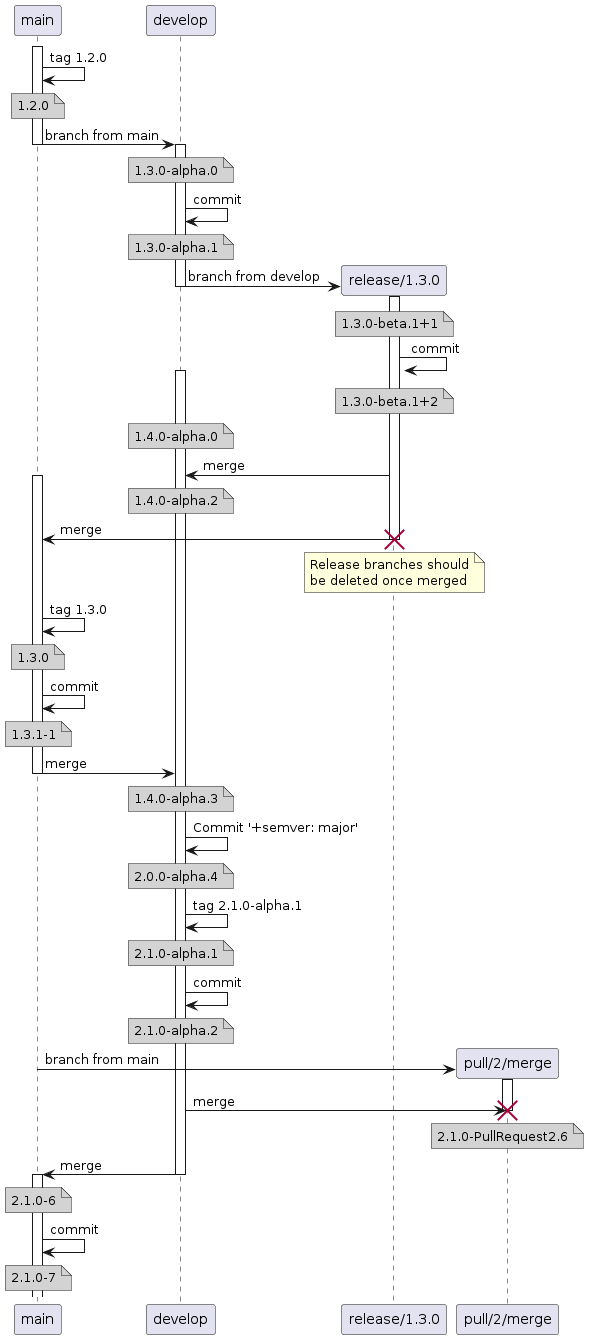
GitTools/GitVersion keeps this PlantUML diagram as docs/input/docs/img/DocumentationSamplesForGitFlow_DevelopBranch.png. Above is the earlier version. The source it was exported from:
```plantuml
@startuml
participant main
    participant develop
    activate main
    main -> main: tag 1.2.0
    note over main #D3D3D3
      1.2.0
    end note
    main -> develop: branch from main
    deactivate main
    activate develop
    note over develop #D3D3D3
      1.3.0-alpha.0
    end note
    develop -> develop: commit
    note over develop #D3D3D3
      1.3.0-alpha.1
    end note
    create participant "release/1.3.0" as release
    develop -> release: branch from develop
    deactivate develop
    activate release
    note over release #D3D3D3
      1.3.0-beta.1+1
    end note
    release -> release: commit
    note over release #D3D3D3
      1.3.0-beta.1+2
    end note
    activate develop
    note over develop #D3D3D3
      1.4.0-alpha.0
    end note
    release -> develop: merge
    note over develop #D3D3D3
      1.4.0-alpha.2
    end note
    activate main
    release -> main: merge
    destroy release
    note over release
      Release branches should
      be deleted once merged
    end note
    main -> main: tag 1.3.0
    note over main #D3D3D3
      1.3.0
    end note
    main -> main: commit
    note over main #D3D3D3
      1.3.1-1
    end note
    main -> develop: merge
    deactivate main
    note over develop #D3D3D3
      1.4.0-alpha.3
    end note
    develop -> develop: Commit '+semver: major'
    note over develop #D3D3D3
      2.0.0-alpha.4
    end note
    develop -> develop: tag 2.1.0-alpha.1
    note over develop #D3D3D3
      2.1.0-alpha.1
    end note
    develop -> develop: commit
    note over develop #D3D3D3
      2.1.0-alpha.2
    end note
    create participant "pull/2/merge" as pull
    main -> pull: branch from main
    activate pull
    develop -> pull: merge
    note over pull #D3D3D3
      2.1.0-PullRequest2.6
    end note
    destroy pull
    develop -> main: merge
    deactivate develop
    note over main #D3D3D3
      2.1.0-6
    end note
    activate main
    main -> main: commit
    note over main #D3D3D3
      2.1.0-7
    end note
@enduml
```
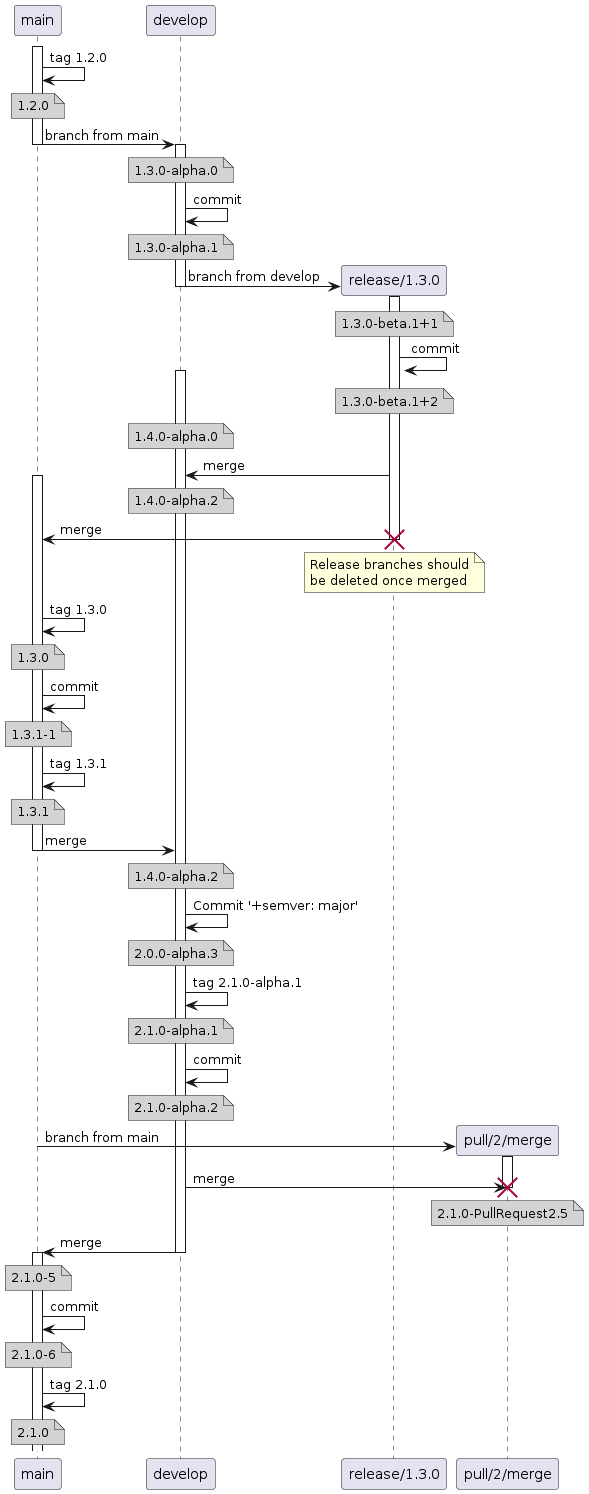
The same file after the commit.

Diff of the diagram source:
```diff
@@ -1,88 +1,96 @@
 @startuml
 participant main
-    participant develop
-    activate main
-    main -> main: tag 1.2.0
-    note over main #D3D3D3
-      1.2.0
-    end note
-    main -> develop: branch from main
-    deactivate main
-    activate develop
-    note over develop #D3D3D3
-      1.3.0-alpha.0
-    end note
-    develop -> develop: commit
-    note over develop #D3D3D3
-      1.3.0-alpha.1
-    end note
-    create participant "release/1.3.0" as release
-    develop -> release: branch from develop
-    deactivate develop
-    activate release
-    note over release #D3D3D3
-      1.3.0-beta.1+1
-    end note
-    release -> release: commit
-    note over release #D3D3D3
-      1.3.0-beta.1+2
-    end note
-    activate develop
-    note over develop #D3D3D3
-      1.4.0-alpha.0
-    end note
-    release -> develop: merge
-    note over develop #D3D3D3
-      1.4.0-alpha.2
-    end note
-    activate main
-    release -> main: merge
-    destroy release
-    note over release
-      Release branches should
-      be deleted once merged
-    end note
-    main -> main: tag 1.3.0
-    note over main #D3D3D3
-      1.3.0
-    end note
-    main -> main: commit
-    note over main #D3D3D3
-      1.3.1-1
-    end note
-    main -> develop: merge
-    deactivate main
-    note over develop #D3D3D3
-      1.4.0-alpha.3
-    end note
-    develop -> develop: Commit '+semver: major'
-    note over develop #D3D3D3
-      2.0.0-alpha.4
-    end note
-    develop -> develop: tag 2.1.0-alpha.1
-    note over develop #D3D3D3
-      2.1.0-alpha.1
-    end note
-    develop -> develop: commit
-    note over develop #D3D3D3
-      2.1.0-alpha.2
-    end note
-    create participant "pull/2/merge" as pull
-    main -> pull: branch from main
-    activate pull
-    develop -> pull: merge
-    note over pull #D3D3D3
-      2.1.0-PullRequest2.6
-    end note
-    destroy pull
-    develop -> main: merge
-    deactivate develop
-    note over main #D3D3D3
-      2.1.0-6
-    end note
-    activate main
-    main -> main: commit
-    note over main #D3D3D3
-      2.1.0-7
-    end note
+participant develop
+activate main
+main -> main: tag 1.2.0
+note over main #D3D3D3
+  1.2.0
+end note
+main -> develop: branch from main
+deactivate main
+activate develop
+note over develop #D3D3D3
+  1.3.0-alpha.0
+end note
+develop -> develop: commit
+note over develop #D3D3D3
+  1.3.0-alpha.1
+end note
+create participant "release/1.3.0" as release
+develop -> release: branch from develop
+deactivate develop
+activate release
+note over release #D3D3D3
+  1.3.0-beta.1+1
+end note
+release -> release: commit
+note over release #D3D3D3
+  1.3.0-beta.1+2
+end note
+activate develop
+note over develop #D3D3D3
+  1.4.0-alpha.0
+end note
+release -> develop: merge
+note over develop #D3D3D3
+  1.4.0-alpha.2
+end note
+activate main
+release -> main: merge
+destroy release
+note over release
+  Release branches should
+  be deleted once merged
+end note
+main -> main: tag 1.3.0
+note over main #D3D3D3
+  1.3.0
+end note
+main -> main: commit
+note over main #D3D3D3
+  1.3.1-1
+end note
+main -> main: tag 1.3.1
+note over main #D3D3D3
+  1.3.1
+end note
+main -> develop: merge
+deactivate main
+note over develop #D3D3D3
+  1.4.0-alpha.2
+end note
+develop -> develop: Commit '+semver: major'
+note over develop #D3D3D3
+  2.0.0-alpha.3
+end note
+develop -> develop: tag 2.1.0-alpha.1
+note over develop #D3D3D3
+  2.1.0-alpha.1
+end note
+develop -> develop: commit
+note over develop #D3D3D3
+  2.1.0-alpha.2
+end note
+create participant "pull/2/merge" as pull
+main -> pull: branch from main
+activate pull
+develop -> pull: merge
+note over pull #D3D3D3
+  2.1.0-PullRequest2.5
+end note
+destroy pull
+develop -> main: merge
+deactivate develop
+note over main #D3D3D3
+  2.1.0-5
+end note
+activate main
+main -> main: commit
+note over main #D3D3D3
+  2.1.0-6
+end note
+main -> main: tag 2.1.0
+note over main #D3D3D3
+  2.1.0
+end note
 @enduml
```
